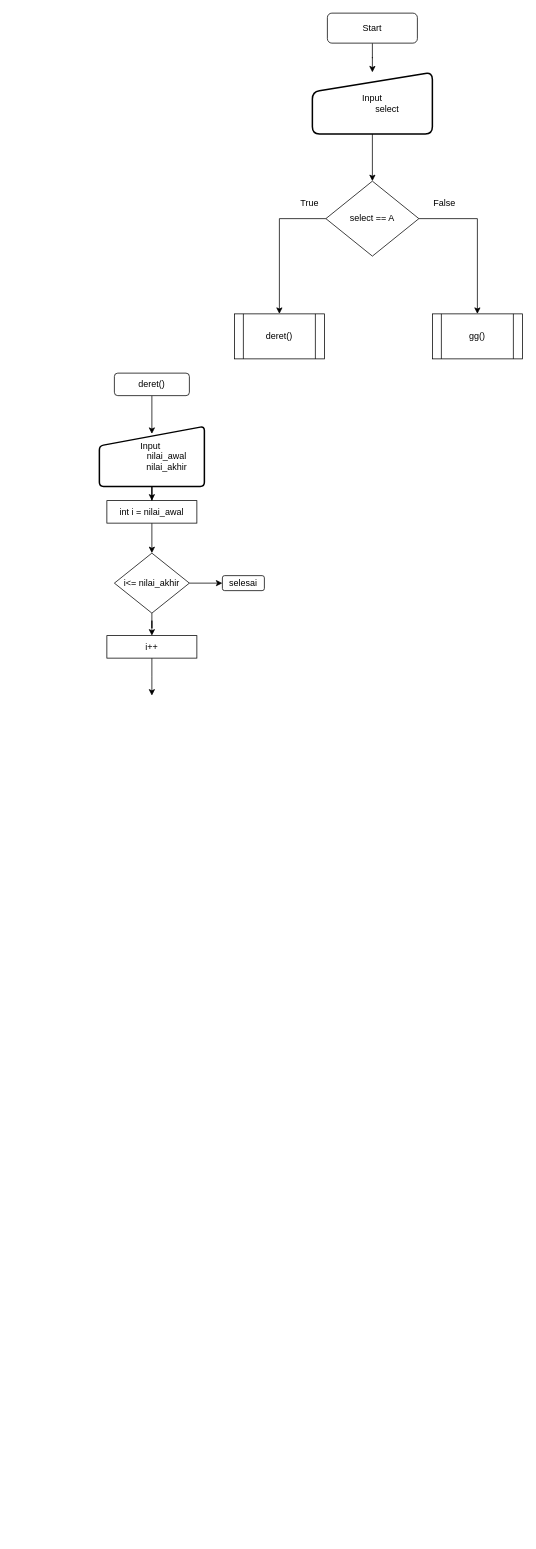
imamnurhy/flowchart keeps this draw.io diagram as Untitled Diagram.drawio. Above is the earlier version. Source tidied: cells renumbered, new cells numbered last; positions are measured from the earlier drawing's top-left corner, leaving out a move shared by most shapes. Both pictures are drawn from the tidied source at 75%, with x=0, y=0 at pixel (99, 13).
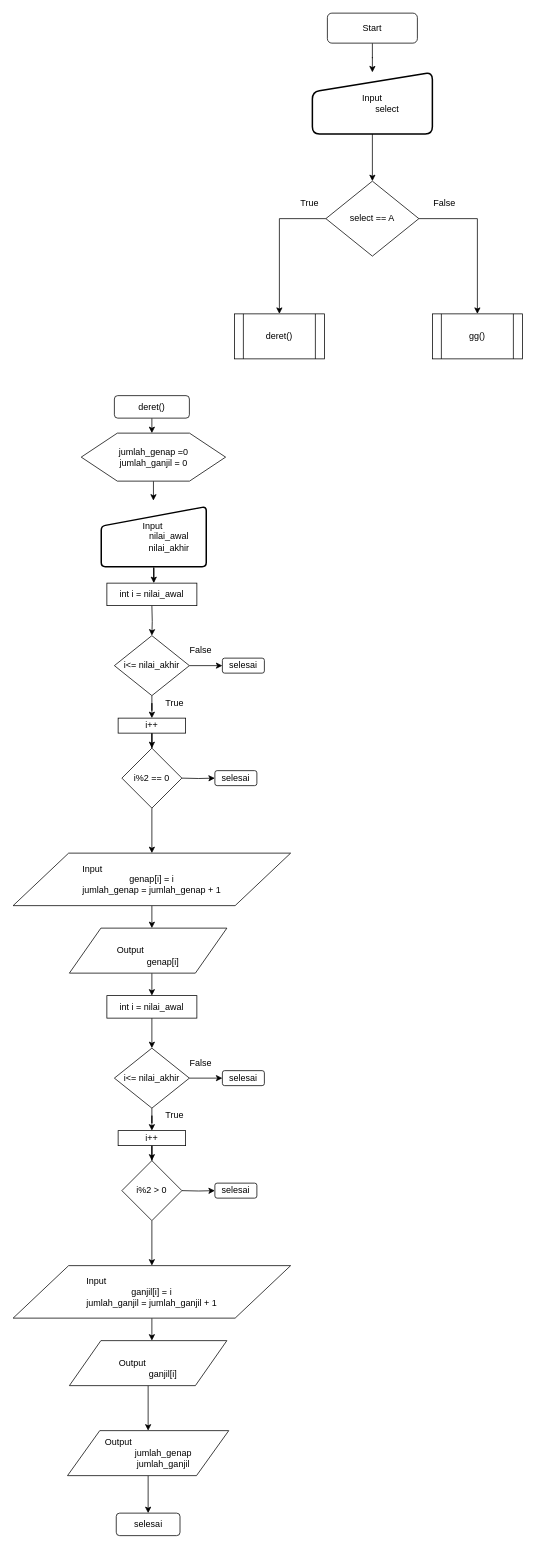
Above is the later version.

What changed in the source:
```diff
@@
-    <mxCell id="13" style="edgeStyle=orthogonalEdgeStyle;rounded=0;jettySize=auto;html=1;entryX=0.5;entryY=0.125;entryDx=0;entryDy=0;entryPerimeter=0;" parent="1" edge="1" source="14" target="16">
-      <mxGeometry relative="1" as="geometry" />
-    </mxCell>
+    <mxCell id="25" style="edgeStyle=orthogonalEdgeStyle;rounded=0;jettySize=auto;html=1;entryX=0.49;entryY=0;entryDx=0;entryDy=0;entryPerimeter=0;" parent="1" edge="1" source="14" target="59">
+      <mxGeometry relative="1" as="geometry" />
+    </mxCell>
     <mxCell id="14" value="deret()" style="rounded=1;whiteSpace=wrap;html=1;align=center;" parent="1" vertex="1">
-      <mxGeometry x="20" y="480" width="100" height="30" as="geometry" />
+      <mxGeometry x="20" y="510" width="100" height="30" as="geometry" />
     </mxCell>
-    <mxCell id="15" style="edgeStyle=orthogonalEdgeStyle;rounded=0;jettySize=auto;html=1;" parent="1" edge="1" source="16" target="18">
+    <mxCell id="15" style="edgeStyle=orthogonalEdgeStyle;rounded=0;jettySize=auto;html=1;entryX=0.521;entryY=0;entryDx=0;entryDy=0;entryPerimeter=0;" parent="1" edge="1" source="16" target="18">
       <mxGeometry relative="1" as="geometry" />
     </mxCell>
     <mxCell id="16" value="&lt;div&gt;&lt;span&gt;Input&amp;nbsp;&lt;/span&gt;&lt;/div&gt;&lt;blockquote style=&quot;margin: 0 0 0 40px ; border: none ; padding: 0px&quot;&gt;&lt;div&gt;&lt;span&gt;nilai_awal&lt;/span&gt;&lt;/div&gt;&lt;/blockquote&gt;&lt;blockquote style=&quot;margin: 0 0 0 40px ; border: none ; padding: 0px&quot;&gt;&lt;div&gt;&lt;span&gt;nilai_akhir&lt;/span&gt;&lt;/div&gt;&lt;/blockquote&gt;" style="html=1;strokeWidth=2;shape=manualInput;whiteSpace=wrap;rounded=1;size=26;arcSize=11;align=center;" parent="1" vertex="1">
-      <mxGeometry y="551" width="140" height="80" as="geometry" />
+      <mxGeometry x="2.5" y="658" width="140" height="80" as="geometry" />
     </mxCell>
-    <mxCell id="17" style="edgeStyle=orthogonalEdgeStyle;rounded=0;jettySize=auto;html=1;" parent="1" edge="1" source="18" target="21">
-      <mxGeometry relative="1" as="geometry" />
+    <mxCell id="17" style="edgeStyle=orthogonalEdgeStyle;rounded=0;jettySize=auto;html=1;" parent="1" edge="1" target="21">
+      <mxGeometry relative="1" as="geometry">
+        <mxPoint x="70" y="790" as="sourcePoint" />
+      </mxGeometry>
     </mxCell>
     <mxCell id="18" value="int i = nilai_awal" style="rounded=0;whiteSpace=wrap;html=1;" parent="1" vertex="1">
-      <mxGeometry x="10" y="650" width="120" height="30" as="geometry" />
+      <mxGeometry x="10" y="760" width="120" height="30" as="geometry" />
     </mxCell>
@@
     <mxCell id="21" value="i&amp;lt;= nilai_akhir" style="rhombus;whiteSpace=wrap;html=1;" parent="1" vertex="1">
-      <mxGeometry x="20" y="720" width="100" height="80" as="geometry" />
+      <mxGeometry x="20" y="830" width="100" height="80" as="geometry" />
     </mxCell>
-    <mxCell id="22" style="edgeStyle=orthogonalEdgeStyle;rounded=0;jettySize=auto;html=1;" parent="1" edge="1" source="23">
-      <mxGeometry relative="1" as="geometry">
-        <mxPoint x="70" y="910" as="targetPoint" />
-      </mxGeometry>
-    </mxCell>
+    <mxCell id="26" style="edgeStyle=orthogonalEdgeStyle;rounded=0;jettySize=auto;html=1;" parent="1" edge="1" source="23" target="30">
+      <mxGeometry relative="1" as="geometry" />
+    </mxCell>
     <mxCell id="23" value="i++" style="rounded=0;whiteSpace=wrap;html=1;" parent="1" vertex="1">
-      <mxGeometry x="10" y="830" width="120" height="30" as="geometry" />
+      <mxGeometry x="25" y="940" width="90" height="20" as="geometry" />
     </mxCell>
     <mxCell id="24" value="selesai" style="rounded=1;whiteSpace=wrap;html=1;" parent="1" vertex="1">
-      <mxGeometry x="164" y="750" width="56" height="20" as="geometry" />
+      <mxGeometry x="164" y="860" width="56" height="20" as="geometry" />
     </mxCell>
+    <mxCell id="27" value="False" style="text;html=1;align=center;verticalAlign=middle;" parent="1" vertex="1">
+      <mxGeometry x="110" y="840" width="50" height="20" as="geometry" />
+    </mxCell>
+    <mxCell id="28" value="True" style="text;html=1;align=center;verticalAlign=middle;" parent="1" vertex="1">
+      <mxGeometry x="80" y="910" width="40" height="20" as="geometry" />
+    </mxCell>
+    <mxCell id="29" style="edgeStyle=orthogonalEdgeStyle;rounded=0;jettySize=auto;html=1;" parent="1" edge="1" source="30" target="34">
+      <mxGeometry relative="1" as="geometry" />
+    </mxCell>
+    <mxCell id="30" value="i%2 == 0" style="rhombus;whiteSpace=wrap;html=1;" parent="1" vertex="1">
+      <mxGeometry x="30" y="980" width="80" height="80" as="geometry" />
+    </mxCell>
+    <mxCell id="31" style="edgeStyle=orthogonalEdgeStyle;rounded=0;jettySize=auto;html=1;" parent="1" edge="1" target="32">
+      <mxGeometry relative="1" as="geometry">
+        <mxPoint x="110" y="1020" as="sourcePoint" />
+      </mxGeometry>
+    </mxCell>
+    <mxCell id="32" value="selesai" style="rounded=1;whiteSpace=wrap;html=1;" parent="1" vertex="1">
+      <mxGeometry x="154" y="1010" width="56" height="20" as="geometry" />
+    </mxCell>
+    <mxCell id="33" style="edgeStyle=orthogonalEdgeStyle;rounded=0;jettySize=auto;html=1;" parent="1" edge="1" source="34">
+      <mxGeometry relative="1" as="geometry">
+        <mxPoint x="70" y="1220" as="targetPoint" />
+      </mxGeometry>
+    </mxCell>
+    <mxCell id="34" value="&lt;div style=&quot;text-align: left&quot;&gt;&lt;span&gt;Input&lt;/span&gt;&lt;/div&gt;&lt;blockquote style=&quot;margin: 0 0 0 40px ; border: none ; padding: 0px&quot;&gt;&lt;/blockquote&gt;&lt;span&gt;genap[i] = i&lt;/span&gt;&lt;br&gt;&lt;span&gt;jumlah_genap = jumlah_genap + 1&lt;/span&gt;" style="shape=parallelogram;perimeter=parallelogramPerimeter;whiteSpace=wrap;html=1;align=center;" parent="1" vertex="1">
+      <mxGeometry x="-115" y="1120" width="370" height="70" as="geometry" />
+    </mxCell>
+    <mxCell id="35" style="edgeStyle=orthogonalEdgeStyle;rounded=0;orthogonalLoop=1;jettySize=auto;html=1;" parent="1" edge="1">
+      <mxGeometry relative="1" as="geometry">
+        <mxPoint x="70" y="1280" as="sourcePoint" />
+        <mxPoint x="70" y="1310" as="targetPoint" />
+      </mxGeometry>
+    </mxCell>
+    <mxCell id="36" style="edgeStyle=orthogonalEdgeStyle;rounded=0;jettySize=auto;html=1;" parent="1" edge="1" source="37" target="40">
+      <mxGeometry relative="1" as="geometry" />
+    </mxCell>
+    <mxCell id="37" value="int i = nilai_awal" style="rounded=0;whiteSpace=wrap;html=1;" parent="1" vertex="1">
+      <mxGeometry x="10" y="1310" width="120" height="30" as="geometry" />
+    </mxCell>
+    <mxCell id="38" style="edgeStyle=orthogonalEdgeStyle;rounded=0;jettySize=auto;html=1;" parent="1" edge="1" source="40" target="42">
+      <mxGeometry relative="1" as="geometry" />
+    </mxCell>
+    <mxCell id="39" style="edgeStyle=orthogonalEdgeStyle;rounded=0;jettySize=auto;html=1;" parent="1" edge="1" source="40" target="43">
+      <mxGeometry relative="1" as="geometry" />
+    </mxCell>
+    <mxCell id="40" value="i&amp;lt;= nilai_akhir" style="rhombus;whiteSpace=wrap;html=1;" parent="1" vertex="1">
+      <mxGeometry x="20" y="1380" width="100" height="80" as="geometry" />
+    </mxCell>
+    <mxCell id="41" style="edgeStyle=orthogonalEdgeStyle;rounded=0;jettySize=auto;html=1;" parent="1" edge="1" source="42" target="47">
+      <mxGeometry relative="1" as="geometry" />
+    </mxCell>
+    <mxCell id="42" value="i++" style="rounded=0;whiteSpace=wrap;html=1;" parent="1" vertex="1">
+      <mxGeometry x="25" y="1490" width="90" height="20" as="geometry" />
+    </mxCell>
+    <mxCell id="43" value="selesai" style="rounded=1;whiteSpace=wrap;html=1;" parent="1" vertex="1">
+      <mxGeometry x="164" y="1410" width="56" height="20" as="geometry" />
+    </mxCell>
+    <mxCell id="44" value="False" style="text;html=1;align=center;verticalAlign=middle;" parent="1" vertex="1">
+      <mxGeometry x="110" y="1390" width="50" height="20" as="geometry" />
+    </mxCell>
+    <mxCell id="45" value="True" style="text;html=1;align=center;verticalAlign=middle;" parent="1" vertex="1">
+      <mxGeometry x="80" y="1460" width="40" height="20" as="geometry" />
+    </mxCell>
+    <mxCell id="46" style="edgeStyle=orthogonalEdgeStyle;rounded=0;jettySize=auto;html=1;" parent="1" edge="1" source="47" target="51">
+      <mxGeometry relative="1" as="geometry" />
+    </mxCell>
+    <mxCell id="47" value="i%2 &amp;gt; 0" style="rhombus;whiteSpace=wrap;html=1;" parent="1" vertex="1">
+      <mxGeometry x="30" y="1530" width="80" height="80" as="geometry" />
+    </mxCell>
+    <mxCell id="48" style="edgeStyle=orthogonalEdgeStyle;rounded=0;jettySize=auto;html=1;" parent="1" edge="1" target="49">
+      <mxGeometry relative="1" as="geometry">
+        <mxPoint x="110" y="1570" as="sourcePoint" />
+      </mxGeometry>
+    </mxCell>
+    <mxCell id="49" value="selesai" style="rounded=1;whiteSpace=wrap;html=1;" parent="1" vertex="1">
+      <mxGeometry x="154" y="1560" width="56" height="20" as="geometry" />
+    </mxCell>
+    <mxCell id="50" style="edgeStyle=orthogonalEdgeStyle;rounded=0;jettySize=auto;html=1;" parent="1" edge="1" source="51">
+      <mxGeometry relative="1" as="geometry">
+        <mxPoint x="70" y="1770" as="targetPoint" />
+      </mxGeometry>
+    </mxCell>
+    <mxCell id="51" value="&lt;div style=&quot;text-align: left&quot;&gt;&lt;span&gt;Input&lt;/span&gt;&lt;/div&gt;&lt;blockquote style=&quot;margin: 0 0 0 40px ; border: none ; padding: 0px&quot;&gt;&lt;/blockquote&gt;&lt;span&gt;ganjil[i] = i&lt;/span&gt;&lt;br&gt;&lt;span&gt;jumlah_ganjil = jumlah_ganjil + 1&lt;/span&gt;" style="shape=parallelogram;perimeter=parallelogramPerimeter;whiteSpace=wrap;html=1;align=center;" parent="1" vertex="1">
+      <mxGeometry x="-115" y="1670" width="370" height="70" as="geometry" />
+    </mxCell>
+    <mxCell id="52" value="&lt;br&gt;&lt;div style=&quot;text-align: left&quot;&gt;&lt;span style=&quot;font-family: &amp;#34;helvetica&amp;#34;&quot;&gt;Output&lt;/span&gt;&lt;/div&gt;&lt;blockquote style=&quot;margin: 0 0 0 40px ; border: none ; padding: 0px&quot;&gt;&lt;div&gt;&lt;span&gt;genap[i]&lt;/span&gt;&lt;/div&gt;&lt;/blockquote&gt;" style="shape=parallelogram;perimeter=parallelogramPerimeter;whiteSpace=wrap;html=1;align=center;" parent="1" vertex="1">
+      <mxGeometry x="-40" y="1220" width="210" height="60" as="geometry" />
+    </mxCell>
+    <mxCell id="53" style="edgeStyle=orthogonalEdgeStyle;rounded=0;jettySize=auto;html=1;" parent="1" edge="1" source="54" target="56">
+      <mxGeometry relative="1" as="geometry" />
+    </mxCell>
+    <mxCell id="54" value="&lt;br&gt;&lt;div style=&quot;text-align: left&quot;&gt;&lt;span style=&quot;font-family: &amp;#34;helvetica&amp;#34;&quot;&gt;Output&lt;/span&gt;&lt;/div&gt;&lt;blockquote style=&quot;margin: 0 0 0 40px ; border: none ; padding: 0px&quot;&gt;&lt;div&gt;&lt;span&gt;ganjil[i]&lt;/span&gt;&lt;/div&gt;&lt;/blockquote&gt;" style="shape=parallelogram;perimeter=parallelogramPerimeter;whiteSpace=wrap;html=1;align=center;" parent="1" vertex="1">
+      <mxGeometry x="-40" y="1770" width="210" height="60" as="geometry" />
+    </mxCell>
+    <mxCell id="55" style="edgeStyle=orthogonalEdgeStyle;rounded=0;jettySize=auto;html=1;" parent="1" edge="1" source="56" target="57">
+      <mxGeometry relative="1" as="geometry" />
+    </mxCell>
+    <mxCell id="56" value="&lt;div style=&quot;text-align: left&quot;&gt;&lt;span&gt;Output&lt;/span&gt;&lt;/div&gt;&lt;blockquote style=&quot;margin: 0 0 0 40px ; border: none ; padding: 0px&quot;&gt;jumlah_genap&lt;br&gt;jumlah_ganjil&lt;/blockquote&gt;" style="shape=parallelogram;perimeter=parallelogramPerimeter;whiteSpace=wrap;html=1;" parent="1" vertex="1">
+      <mxGeometry x="-42.5" y="1890" width="215" height="60" as="geometry" />
+    </mxCell>
+    <mxCell id="57" value="selesai" style="rounded=1;whiteSpace=wrap;html=1;" parent="1" vertex="1">
+      <mxGeometry x="22.5" y="2000" width="85" height="30" as="geometry" />
+    </mxCell>
+    <mxCell id="58" style="edgeStyle=orthogonalEdgeStyle;rounded=0;jettySize=auto;html=1;" parent="1" edge="1" source="59">
+      <mxGeometry relative="1" as="geometry">
+        <mxPoint x="72" y="650" as="targetPoint" />
+      </mxGeometry>
+    </mxCell>
+    <mxCell id="59" value="jumlah_genap =0&lt;br&gt;jumlah_ganjil = 0" style="shape=hexagon;perimeter=hexagonPerimeter2;whiteSpace=wrap;html=1;align=center;" parent="1" vertex="1">
+      <mxGeometry x="-24.2" y="560" width="192.5" height="64" as="geometry" />
+    </mxCell>
```
